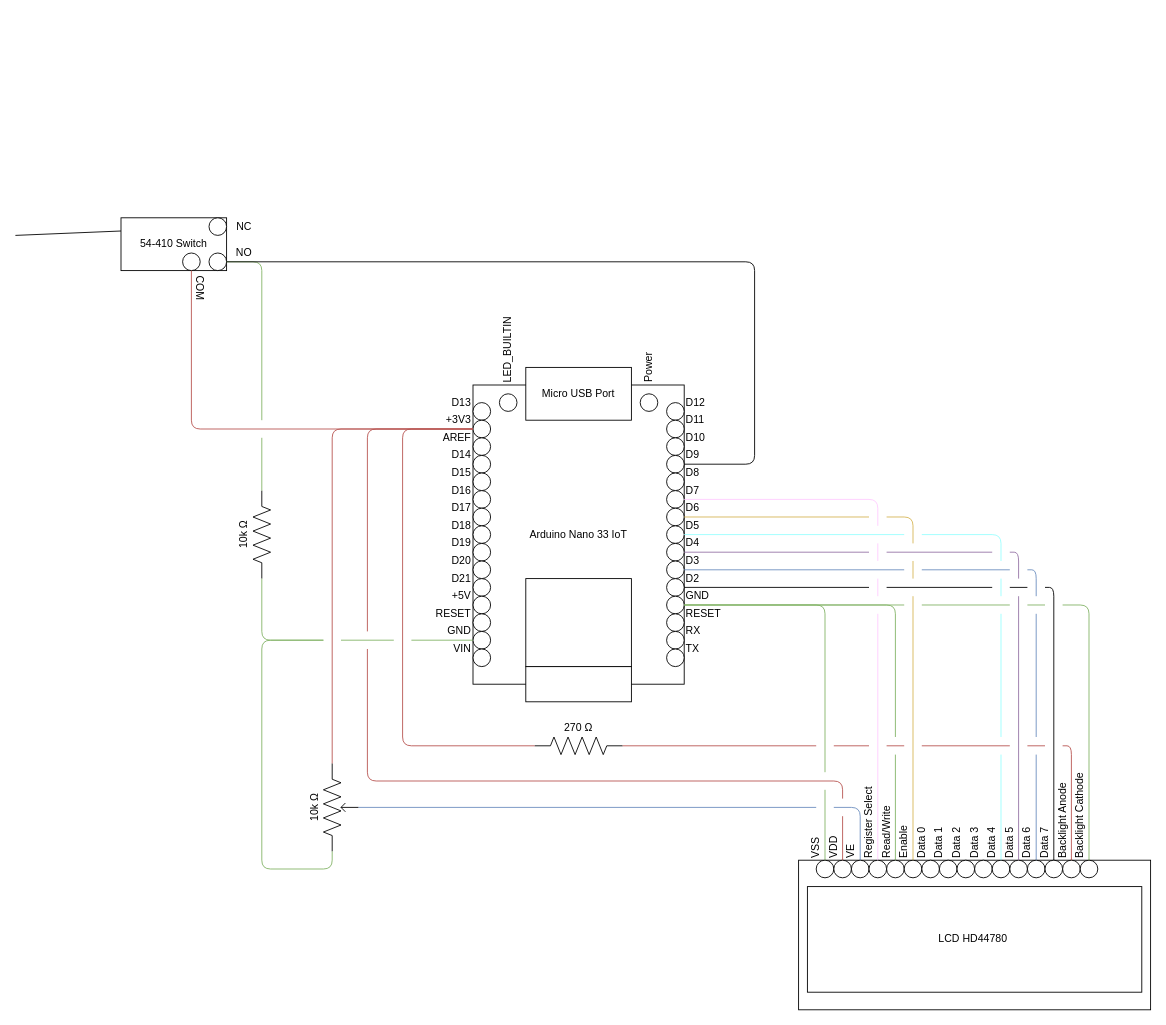
Earlier version of the draw.io diagram wiring diagram.drawio (Matt-and-Gib/gleemail). Source tidied: cells renumbered, new cells numbered last; positions are measured from the earlier drawing's top-left corner, leaving out a move shared by most shapes. Both pictures are drawn from the tidied source at 88%, with x=0, y=0 at pixel (15, 217).
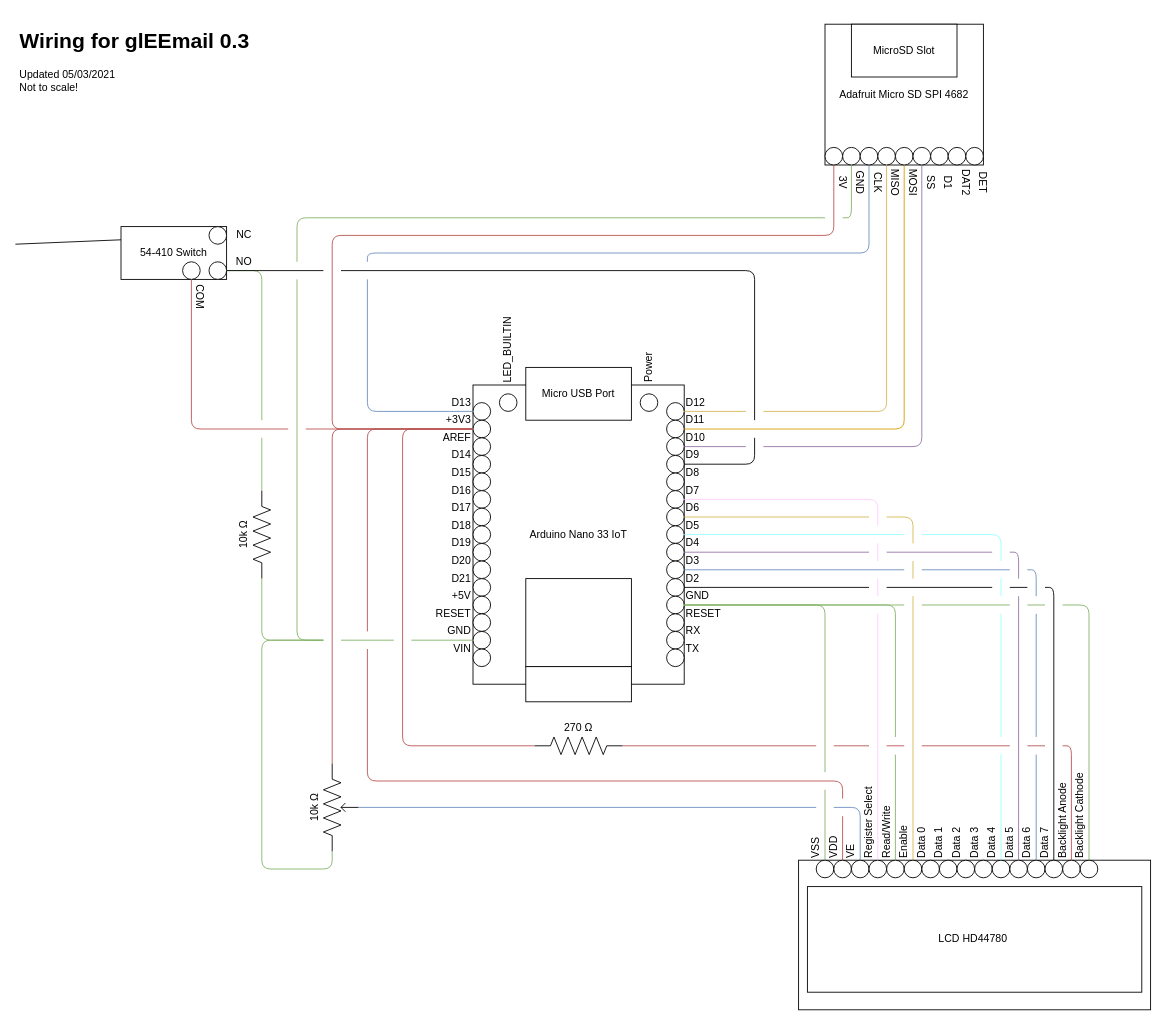
After the change.

Commit message (it also covers changes not shown here):
hypothetical interface between Adafruit 4682 and Nano

Unchanged cells that the change refers to:
```xml
<mxCell id="15" value="D12" style="text;html=1;strokeColor=none;fillColor=none;align=left;verticalAlign=middle;whiteSpace=wrap;rounded=0;" parent="2" vertex="1">
  <mxGeometry x="760" y="200" width="40" height="20" as="geometry" />
</mxCell>
<mxCell id="16" value="D11" style="text;html=1;strokeColor=none;fillColor=none;align=left;verticalAlign=middle;whiteSpace=wrap;rounded=0;" parent="2" vertex="1">
  <mxGeometry x="760" y="220" width="40" height="20" as="geometry" />
</mxCell>
<mxCell id="17" value="D10" style="text;html=1;strokeColor=none;fillColor=none;align=left;verticalAlign=middle;whiteSpace=wrap;rounded=0;" parent="2" vertex="1">
  <mxGeometry x="760" y="240" width="40" height="20" as="geometry" />
</mxCell>
<mxCell id="18" value="D9" style="text;html=1;strokeColor=none;fillColor=none;align=left;verticalAlign=middle;whiteSpace=wrap;rounded=0;" parent="2" vertex="1">
  <mxGeometry x="760" y="260" width="40" height="20" as="geometry" />
</mxCell>
<mxCell id="52" value="D13" style="text;html=1;strokeColor=none;fillColor=none;align=right;verticalAlign=middle;whiteSpace=wrap;rounded=0;" parent="2" vertex="1">
  <mxGeometry x="480" y="200" width="40" height="20" as="geometry" />
</mxCell>
<mxCell id="53" value="+3V3" style="text;html=1;strokeColor=none;fillColor=none;align=right;verticalAlign=middle;whiteSpace=wrap;rounded=0;" parent="2" vertex="1">
  <mxGeometry x="480" y="220" width="40" height="20" as="geometry" />
</mxCell>
```

Diff of the diagram source:
```diff
@@
+    <mxCell id="179" value="&lt;h1&gt;Wiring for glEEmail 0.3&lt;/h1&gt;&lt;p&gt;Updated 05/03/2021&lt;br&gt;Not to scale!&lt;/p&gt;" style="text;html=1;strokeColor=none;fillColor=none;spacing=5;spacingTop=-20;whiteSpace=wrap;overflow=hidden;rounded=0;" parent="1" vertex="1">
+      <mxGeometry y="-220" width="280" height="120" as="geometry" />
+    </mxCell>
@@
     <mxCell id="162" value="54-410 Switch" style="rounded=0;whiteSpace=wrap;html=1;align=center;" parent="161" vertex="1">
-      <mxGeometry x="120" width="120" height="60" as="geometry" />
+      <mxGeometry x="120" y="10" width="120" height="60" as="geometry" />
     </mxCell>
     <mxCell id="163" style="ellipse;whiteSpace=wrap;html=1;" parent="161" vertex="1">
-      <mxGeometry x="220" width="20" height="20" as="geometry" />
+      <mxGeometry x="220" y="10" width="20" height="20" as="geometry" />
     </mxCell>
     <mxCell id="164" style="ellipse;whiteSpace=wrap;html=1;" parent="161" vertex="1">
-      <mxGeometry x="220" y="40" width="20" height="20" as="geometry" />
+      <mxGeometry x="220" y="50" width="20" height="20" as="geometry" />
     </mxCell>
     <mxCell id="165" style="ellipse;whiteSpace=wrap;html=1;" parent="161" vertex="1">
-      <mxGeometry x="190" y="40" width="20" height="20" as="geometry" />
+      <mxGeometry x="190" y="50" width="20" height="20" as="geometry" />
     </mxCell>
     <mxCell id="166" style="endArrow=none;html=1;entryX=0;entryY=0.25;entryDx=0;entryDy=0;" parent="161" edge="1" target="162">
       <mxGeometry relative="1" as="geometry">
-        <mxPoint y="20" as="sourcePoint" />
+        <mxPoint y="30" as="sourcePoint" />
       </mxGeometry>
     </mxCell>
     <mxCell id="167" value="NC" style="text;html=1;strokeColor=none;fillColor=none;align=center;verticalAlign=middle;whiteSpace=wrap;rounded=0;" parent="161" vertex="1">
-      <mxGeometry x="240" width="40" height="20" as="geometry" />
+      <mxGeometry x="240" y="10" width="40" height="20" as="geometry" />
     </mxCell>
     <mxCell id="168" value="NO" style="text;html=1;strokeColor=none;fillColor=none;align=center;verticalAlign=middle;whiteSpace=wrap;rounded=0;" parent="161" vertex="1">
-      <mxGeometry x="240" y="30" width="40" height="20" as="geometry" />
+      <mxGeometry x="240" y="40" width="40" height="20" as="geometry" />
     </mxCell>
     <mxCell id="169" value="COM" style="text;html=1;strokeColor=none;fillColor=none;align=center;verticalAlign=middle;whiteSpace=wrap;rounded=0;rotation=90;" parent="161" vertex="1">
-      <mxGeometry x="190" y="70" width="40" height="20" as="geometry" />
+      <mxGeometry x="190" y="80" width="40" height="20" as="geometry" />
     </mxCell>
@@
-    <mxCell id="171" style="endArrow=none;html=1;entryX=0;entryY=1;entryDx=0;entryDy=0;exitX=1;exitY=1;exitDx=0;exitDy=0;fillColor=#f8cecc;strokeColor=#b85450;" parent="170" edge="1" target="169">
+    <mxCell id="171" style="endArrow=none;html=1;entryX=0;entryY=1;entryDx=0;entryDy=0;fillColor=#f8cecc;strokeColor=#b85450;" parent="170" edge="1" target="169">
       <mxGeometry relative="1" as="geometry">
-        <mxPoint x="520" y="240" as="sourcePoint" />
+        <mxPoint x="310" y="240" as="sourcePoint" />
         <Array as="points">
           <mxPoint x="200" y="240" />
         </Array>
       </mxGeometry>
     </mxCell>
@@
     <mxCell id="174" style="endArrow=none;html=1;exitX=0;exitY=1;exitDx=0;exitDy=0;fillColor=#d5e8d4;strokeColor=#82b366;" parent="170" edge="1" source="168">
       <mxGeometry relative="1" as="geometry">
         <mxPoint x="280" y="230" as="targetPoint" />
         <Array as="points">
-          <mxPoint x="280" y="50" />
+          <mxPoint x="280" y="60" />
         </Array>
       </mxGeometry>
     </mxCell>
@@
-    <mxCell id="177" style="endArrow=none;html=1;exitX=0;exitY=1;exitDx=0;exitDy=0;entryX=0;entryY=1;entryDx=0;entryDy=0;" parent="170" edge="1" source="168" target="18">
+    <mxCell id="177" style="endArrow=none;html=1;" parent="170" edge="1">
       <mxGeometry relative="1" as="geometry">
+        <mxPoint x="370" y="60" as="sourcePoint" />
+        <mxPoint x="840" y="230" as="targetPoint" />
         <Array as="points">
-          <mxPoint x="840" y="50" />
-          <mxPoint x="840" y="280" />
+          <mxPoint x="840" y="60" />
         </Array>
       </mxGeometry>
     </mxCell>
+    <mxCell id="180" style="endArrow=none;html=1;exitX=0;exitY=1;exitDx=0;exitDy=0;" parent="170" edge="1" source="168">
+      <mxGeometry relative="1" as="geometry">
+        <mxPoint x="350" y="60" as="targetPoint" />
+      </mxGeometry>
+    </mxCell>
+    <mxCell id="181" style="endArrow=none;html=1;entryX=1;entryY=1;entryDx=0;entryDy=0;fillColor=#f8cecc;strokeColor=#b85450;" parent="170" edge="1" target="53">
+      <mxGeometry relative="1" as="geometry">
+        <mxPoint x="330" y="240" as="sourcePoint" />
+      </mxGeometry>
+    </mxCell>
+    <mxCell id="182" style="endArrow=none;html=1;exitX=0;exitY=1;exitDx=0;exitDy=0;" parent="170" edge="1" source="18">
+      <mxGeometry relative="1" as="geometry">
+        <mxPoint x="840" y="250" as="targetPoint" />
+        <Array as="points">
+          <mxPoint x="840" y="280" />
+        </Array>
+      </mxGeometry>
+    </mxCell>
@@
+    <mxCell id="183" value="Adafruit Micro SD SPI 4682" style="rounded=0;whiteSpace=wrap;html=1;" parent="178" vertex="1">
+      <mxGeometry x="920" y="-220" width="180" height="160" as="geometry" />
+    </mxCell>
+    <mxCell id="184" value="MicroSD Slot" style="rounded=0;whiteSpace=wrap;html=1;" parent="178" vertex="1">
+      <mxGeometry x="950" y="-220" width="120" height="60" as="geometry" />
+    </mxCell>
+    <mxCell id="185" style="ellipse;whiteSpace=wrap;html=1;" parent="178" vertex="1">
+      <mxGeometry x="920" y="-80" width="20" height="20" as="geometry" />
+    </mxCell>
+    <mxCell id="186" style="ellipse;whiteSpace=wrap;html=1;" parent="178" vertex="1">
+      <mxGeometry x="940" y="-80" width="20" height="20" as="geometry" />
+    </mxCell>
+    <mxCell id="187" style="ellipse;whiteSpace=wrap;html=1;" parent="178" vertex="1">
+      <mxGeometry x="960" y="-80" width="20" height="20" as="geometry" />
+    </mxCell>
+    <mxCell id="188" style="ellipse;whiteSpace=wrap;html=1;" parent="178" vertex="1">
+      <mxGeometry x="980" y="-80" width="20" height="20" as="geometry" />
+    </mxCell>
+    <mxCell id="189" style="ellipse;whiteSpace=wrap;html=1;" parent="178" vertex="1">
+      <mxGeometry x="1000" y="-80" width="20" height="20" as="geometry" />
+    </mxCell>
+    <mxCell id="190" style="ellipse;whiteSpace=wrap;html=1;" parent="178" vertex="1">
+      <mxGeometry x="1020" y="-80" width="20" height="20" as="geometry" />
+    </mxCell>
+    <mxCell id="191" style="ellipse;whiteSpace=wrap;html=1;" parent="178" vertex="1">
+      <mxGeometry x="1040" y="-80" width="20" height="20" as="geometry" />
+    </mxCell>
+    <mxCell id="192" style="ellipse;whiteSpace=wrap;html=1;" parent="178" vertex="1">
+      <mxGeometry x="1060" y="-80" width="20" height="20" as="geometry" />
+    </mxCell>
+    <mxCell id="193" style="ellipse;whiteSpace=wrap;html=1;" parent="178" vertex="1">
+      <mxGeometry x="1080" y="-80" width="20" height="20" as="geometry" />
+    </mxCell>
+    <mxCell id="194" value="3V" style="text;html=1;strokeColor=none;fillColor=none;align=center;verticalAlign=middle;whiteSpace=wrap;rounded=0;rotation=90;" parent="178" vertex="1">
+      <mxGeometry x="920" y="-50" width="40" height="20" as="geometry" />
+    </mxCell>
+    <mxCell id="195" value="CLK" style="text;html=1;strokeColor=none;fillColor=none;align=center;verticalAlign=middle;whiteSpace=wrap;rounded=0;rotation=90;" parent="178" vertex="1">
+      <mxGeometry x="960" y="-50" width="40" height="20" as="geometry" />
+    </mxCell>
+    <mxCell id="196" value="MISO" style="text;html=1;strokeColor=none;fillColor=none;align=center;verticalAlign=middle;whiteSpace=wrap;rounded=0;rotation=90;" parent="178" vertex="1">
+      <mxGeometry x="980" y="-50" width="40" height="20" as="geometry" />
+    </mxCell>
+    <mxCell id="197" value="MOSI" style="text;html=1;strokeColor=none;fillColor=none;align=center;verticalAlign=middle;whiteSpace=wrap;rounded=0;rotation=90;" parent="178" vertex="1">
+      <mxGeometry x="1000" y="-50" width="40" height="20" as="geometry" />
+    </mxCell>
+    <mxCell id="198" value="SS" style="text;html=1;strokeColor=none;fillColor=none;align=center;verticalAlign=middle;whiteSpace=wrap;rounded=0;rotation=90;" parent="178" vertex="1">
+      <mxGeometry x="1020" y="-50" width="40" height="20" as="geometry" />
+    </mxCell>
+    <mxCell id="199" value="D1" style="text;html=1;strokeColor=none;fillColor=none;align=center;verticalAlign=middle;whiteSpace=wrap;rounded=0;rotation=90;" parent="178" vertex="1">
+      <mxGeometry x="1040" y="-50" width="40" height="20" as="geometry" />
+    </mxCell>
+    <mxCell id="200" value="DAT2" style="text;html=1;strokeColor=none;fillColor=none;align=center;verticalAlign=middle;whiteSpace=wrap;rounded=0;rotation=90;" parent="178" vertex="1">
+      <mxGeometry x="1060" y="-50" width="40" height="20" as="geometry" />
+    </mxCell>
+    <mxCell id="201" value="DET" style="text;html=1;strokeColor=none;fillColor=none;align=center;verticalAlign=middle;whiteSpace=wrap;rounded=0;rotation=90;" parent="178" vertex="1">
+      <mxGeometry x="1080" y="-50" width="40" height="20" as="geometry" />
+    </mxCell>
+    <mxCell id="202" value="GND" style="text;html=1;strokeColor=none;fillColor=none;align=center;verticalAlign=middle;whiteSpace=wrap;rounded=0;rotation=90;" parent="178" vertex="1">
+      <mxGeometry x="940" y="-50" width="40" height="20" as="geometry" />
+    </mxCell>
+    <mxCell id="203" parent="0" />
+    <mxCell id="204" style="endArrow=none;html=1;fillColor=#f8cecc;strokeColor=#b85450;entryX=0;entryY=1;entryDx=0;entryDy=0;exitX=1;exitY=1;exitDx=0;exitDy=0;" parent="203" edge="1" source="53" target="194">
+      <mxGeometry relative="1" as="geometry">
+        <Array as="points">
+          <mxPoint x="360" y="240" />
+          <mxPoint x="360" y="20" />
+          <mxPoint x="930" y="20" />
+        </Array>
+      </mxGeometry>
+    </mxCell>
+    <mxCell id="205" style="endArrow=none;html=1;entryX=0;entryY=1;entryDx=0;entryDy=0;fillColor=#d5e8d4;strokeColor=#82b366;" parent="203" edge="1" target="202">
+      <mxGeometry relative="1" as="geometry">
+        <mxPoint x="940" as="sourcePoint" />
+        <Array as="points">
+          <mxPoint x="950" />
+        </Array>
+      </mxGeometry>
+    </mxCell>
+    <mxCell id="206" style="endArrow=none;html=1;fillColor=#d5e8d4;strokeColor=#82b366;" parent="203" edge="1">
+      <mxGeometry relative="1" as="geometry">
+        <mxPoint x="320" y="50" as="sourcePoint" />
+        <mxPoint x="920" as="targetPoint" />
+        <Array as="points">
+          <mxPoint x="320" />
+        </Array>
+      </mxGeometry>
+    </mxCell>
+    <mxCell id="207" style="endArrow=none;html=1;fillColor=#d5e8d4;strokeColor=#82b366;" parent="203" edge="1">
+      <mxGeometry relative="1" as="geometry">
+        <mxPoint x="350" y="480" as="sourcePoint" />
+        <mxPoint x="320" y="70" as="targetPoint" />
+        <Array as="points">
+          <mxPoint x="320" y="480" />
+        </Array>
+      </mxGeometry>
+    </mxCell>
+    <mxCell id="208" style="endArrow=none;html=1;entryX=0;entryY=1;entryDx=0;entryDy=0;fillColor=#fff2cc;strokeColor=#d6b656;" parent="203" edge="1" target="196">
+      <mxGeometry relative="1" as="geometry">
+        <mxPoint x="850" y="220" as="sourcePoint" />
+        <Array as="points">
+          <mxPoint x="990" y="220" />
+        </Array>
+      </mxGeometry>
+    </mxCell>
+    <mxCell id="209" style="endArrow=none;html=1;exitX=0;exitY=1;exitDx=0;exitDy=0;fillColor=#fff2cc;strokeColor=#d6b656;" parent="203" edge="1" source="15">
+      <mxGeometry relative="1" as="geometry">
+        <mxPoint x="830" y="220" as="targetPoint" />
+      </mxGeometry>
+    </mxCell>
+    <mxCell id="210" style="endArrow=none;html=1;entryX=0;entryY=1;entryDx=0;entryDy=0;exitX=0;exitY=1;exitDx=0;exitDy=0;fillColor=#ffe6cc;strokeColor=#d79b00;" parent="203" edge="1" source="16" target="197">
+      <mxGeometry relative="1" as="geometry">
+        <Array as="points">
+          <mxPoint x="1010" y="240" />
+        </Array>
+      </mxGeometry>
+    </mxCell>
+    <mxCell id="211" style="endArrow=none;html=1;entryX=0;entryY=1;entryDx=0;entryDy=0;fillColor=#dae8fc;strokeColor=#6c8ebf;" parent="203" edge="1" target="195">
+      <mxGeometry relative="1" as="geometry">
+        <mxPoint x="400" y="50" as="sourcePoint" />
+        <Array as="points">
+          <mxPoint x="400" y="40" />
+          <mxPoint x="970" y="40" />
+        </Array>
+      </mxGeometry>
+    </mxCell>
+    <mxCell id="212" style="endArrow=none;html=1;exitX=1;exitY=1;exitDx=0;exitDy=0;fillColor=#dae8fc;strokeColor=#6c8ebf;" parent="203" edge="1" source="52">
+      <mxGeometry relative="1" as="geometry">
+        <mxPoint x="400" y="70" as="targetPoint" />
+        <Array as="points">
+          <mxPoint x="400" y="220" />
+        </Array>
+      </mxGeometry>
+    </mxCell>
+    <mxCell id="213" style="endArrow=none;html=1;entryX=0;entryY=1;entryDx=0;entryDy=0;fillColor=#e1d5e7;strokeColor=#9673a6;" parent="203" edge="1" target="198">
+      <mxGeometry relative="1" as="geometry">
+        <mxPoint x="850" y="260" as="sourcePoint" />
+        <Array as="points">
+          <mxPoint x="1030" y="260" />
+        </Array>
+      </mxGeometry>
+    </mxCell>
+    <mxCell id="214" style="endArrow=none;html=1;exitX=0;exitY=1;exitDx=0;exitDy=0;fillColor=#e1d5e7;strokeColor=#9673a6;" parent="203" edge="1" source="17">
+      <mxGeometry relative="1" as="geometry">
+        <mxPoint x="830" y="260" as="targetPoint" />
+      </mxGeometry>
+    </mxCell>
```
